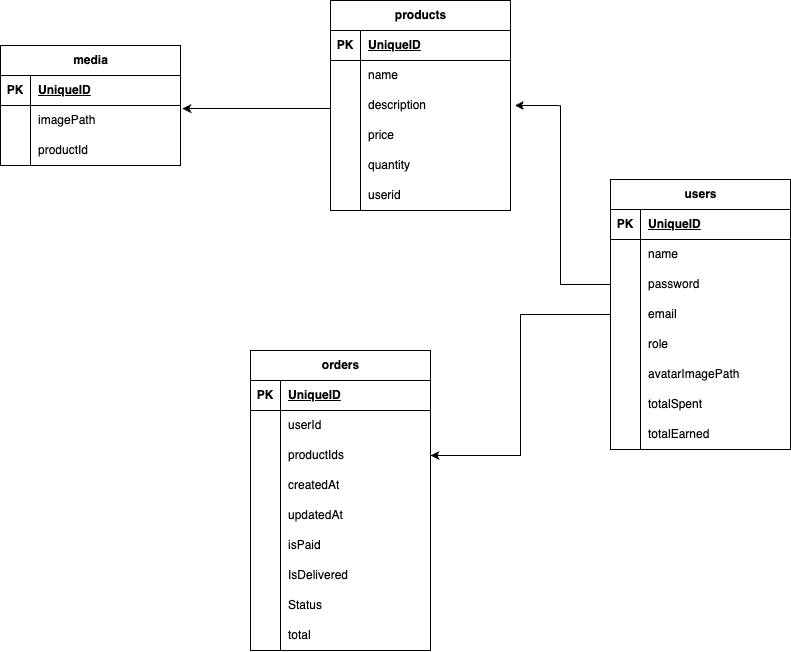
This is dbmodell.png from AntonWiklund1/buy-02, a draw.io export, as it was before one commit. Source tidied: cells renumbered, new cells last; positions are measured from the earlier drawing's top-left corner, leaving out a move shared by most shapes.
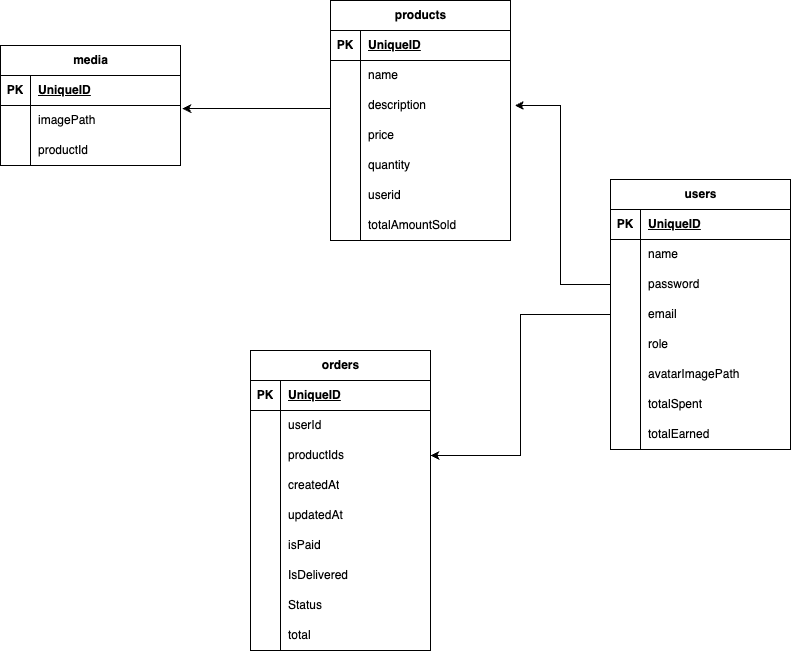
Later version of the same file.

Change to the diagram source:
```diff
@@ -81,7 +81,7 @@
       <mxGeometry x="30" width="150" height="30" as="geometry" />
     </mxCell>
     <mxCell id="28" value="products" style="shape=table;startSize=30;rowLines=0;fontStyle=1;align=center;html=1;" parent="1" vertex="1">
-      <mxGeometry x="330" width="180" height="210" as="geometry" />
+      <mxGeometry x="330" width="180" height="240" as="geometry" />
     </mxCell>
     <mxCell id="29" style="shape=tableRow;horizontal=0;startSize=0;swimlaneHead=0;swimlaneBody=0;fillColor=none;top=0;left=0;right=0;bottom=1;" parent="28" vertex="1">
       <mxGeometry y="30" width="180" height="30" as="geometry" />
@@ -137,6 +137,15 @@
     <mxCell id="46" value="userid" style="shape=partialRectangle;fillColor=none;top=0;left=0;bottom=0;right=0;align=left;spacingLeft=6;overflow=hidden;whiteSpace=wrap;html=1;" parent="44" vertex="1">
       <mxGeometry x="30" width="150" height="30" as="geometry" />
     </mxCell>
+    <mxCell id="88" style="shape=tableRow;horizontal=0;startSize=0;swimlaneHead=0;swimlaneBody=0;fillColor=none;top=0;left=0;right=0;bottom=0;" parent="28" vertex="1">
+      <mxGeometry y="210" width="180" height="30" as="geometry" />
+    </mxCell>
+    <mxCell id="89" style="shape=partialRectangle;fillColor=none;top=0;left=0;bottom=0;right=0;overflow=hidden;whiteSpace=wrap;html=1;" parent="88" vertex="1">
+      <mxGeometry width="30" height="30" as="geometry" />
+    </mxCell>
+    <mxCell id="90" value="totalAmountSold" style="shape=partialRectangle;fillColor=none;top=0;left=0;bottom=0;right=0;align=left;spacingLeft=6;overflow=hidden;whiteSpace=wrap;html=1;" parent="88" vertex="1">
+      <mxGeometry x="30" width="150" height="30" as="geometry" />
+    </mxCell>
     <mxCell id="47" style="edgeStyle=orthogonalEdgeStyle;rounded=0;jettySize=auto;html=1;entryX=1.024;entryY=0.502;entryDx=0;entryDy=0;entryPerimeter=0;" parent="1" edge="1" source="10" target="35">
       <mxGeometry relative="1" as="geometry" />
     </mxCell>
```
